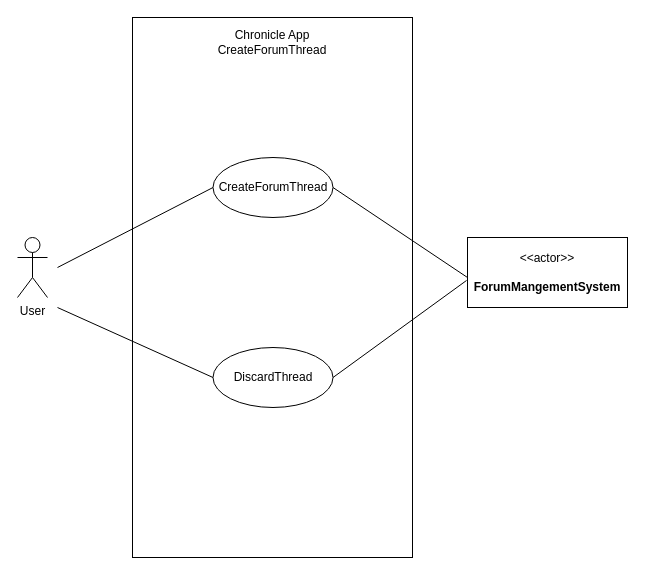
Earlier version of the draw.io diagram page "CreateForumThread" (12 of 17) of Week-7-Team-04-Use Case Diagrams (2).drawio (Vaibhav-G-Parmar/Chronicle-Your-Ultimate-Travel-Companion). Source tidied: cells renumbered, new cells numbered last; positions are measured from the earlier drawing's top-left corner, leaving out a move shared by most shapes. Both pictures are drawn from the tidied source at 100%, with x=0, y=0 at pixel (17, 17).
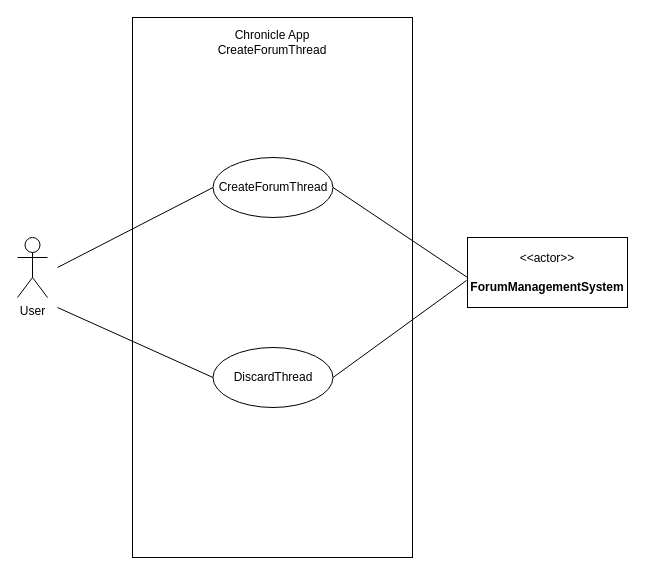
The same diagram, later.

Change to the diagram source:
```diff
@@
 <mxGraphModel>
   <root>
     <mxCell id="0" />
     <mxCell id="1" parent="0" />
     <mxCell id="2" value="&lt;h2&gt;&lt;br&gt;&lt;/h2&gt;" style="rounded=0;whiteSpace=wrap;html=1;align=center;" parent="1" vertex="1">
       <mxGeometry x="115" width="280" height="540" as="geometry" />
     </mxCell>
     <mxCell id="3" value="User&lt;br&gt;" style="shape=umlActor;verticalLabelPosition=bottom;verticalAlign=top;html=1;" parent="1" vertex="1">
       <mxGeometry y="220" width="30" height="60" as="geometry" />
     </mxCell>
-    <mxCell id="4" value="&amp;lt;&amp;lt;actor&amp;gt;&amp;gt;&lt;br&gt;&lt;br&gt;&lt;b style=&quot;border-color: var(--border-color);&quot;&gt;ForumMangementSystem&lt;/b&gt;&lt;b&gt;&lt;br&gt;&lt;/b&gt;" style="html=1;align=center;verticalAlign=middle;dashed=0;whiteSpace=wrap;" parent="1" vertex="1">
+    <mxCell id="4" value="&amp;lt;&amp;lt;actor&amp;gt;&amp;gt;&lt;br&gt;&lt;br&gt;&lt;b style=&quot;border-color: var(--border-color);&quot;&gt;ForumManagementSystem&lt;/b&gt;&lt;b&gt;&lt;br&gt;&lt;/b&gt;" style="html=1;align=center;verticalAlign=middle;dashed=0;whiteSpace=wrap;" parent="1" vertex="1">
       <mxGeometry x="450" y="220" width="160" height="70" as="geometry" />
     </mxCell>
     <mxCell id="5" value="Chronicle App&lt;br&gt;CreateForumThread" style="text;html=1;strokeColor=none;fillColor=none;align=center;verticalAlign=middle;whiteSpace=wrap;rounded=0;" parent="1" vertex="1">
       <mxGeometry x="192" y="10" width="126" height="30" as="geometry" />
     </mxCell>
     <mxCell id="6" value="CreateForumThread" style="ellipse;whiteSpace=wrap;html=1;" parent="1" vertex="1">
       <mxGeometry x="195.5" y="140" width="120" height="60" as="geometry" />
     </mxCell>
     <mxCell id="7" style="endArrow=none;html=1;rounded=0;entryX=0;entryY=0.5;entryDx=0;entryDy=0;" parent="1" edge="1" target="6">
       <mxGeometry relative="1" as="geometry">
         <mxPoint x="40" y="250" as="sourcePoint" />
       </mxGeometry>
     </mxCell>
     <mxCell id="8" value="DiscardThread" style="ellipse;whiteSpace=wrap;html=1;" parent="1" vertex="1">
       <mxGeometry x="195.5" y="330" width="120" height="60" as="geometry" />
     </mxCell>
     <mxCell id="9" style="endArrow=none;html=1;rounded=0;entryX=0;entryY=0.5;entryDx=0;entryDy=0;" parent="1" edge="1" target="8">
       <mxGeometry relative="1" as="geometry">
         <mxPoint x="40" y="290" as="sourcePoint" />
       </mxGeometry>
     </mxCell>
     <mxCell id="10" style="endArrow=none;html=1;rounded=0;exitX=1;exitY=0.5;exitDx=0;exitDy=0;" parent="1" edge="1" source="6">
       <mxGeometry relative="1" as="geometry">
         <mxPoint x="450" y="260" as="targetPoint" />
       </mxGeometry>
     </mxCell>
     <mxCell id="11" style="endArrow=none;html=1;rounded=0;exitX=1;exitY=0.5;exitDx=0;exitDy=0;entryX=-0.006;entryY=0.614;entryDx=0;entryDy=0;entryPerimeter=0;" parent="1" edge="1" source="8" target="4">
       <mxGeometry relative="1" as="geometry" />
     </mxCell>
   </root>
 </mxGraphModel>
```
